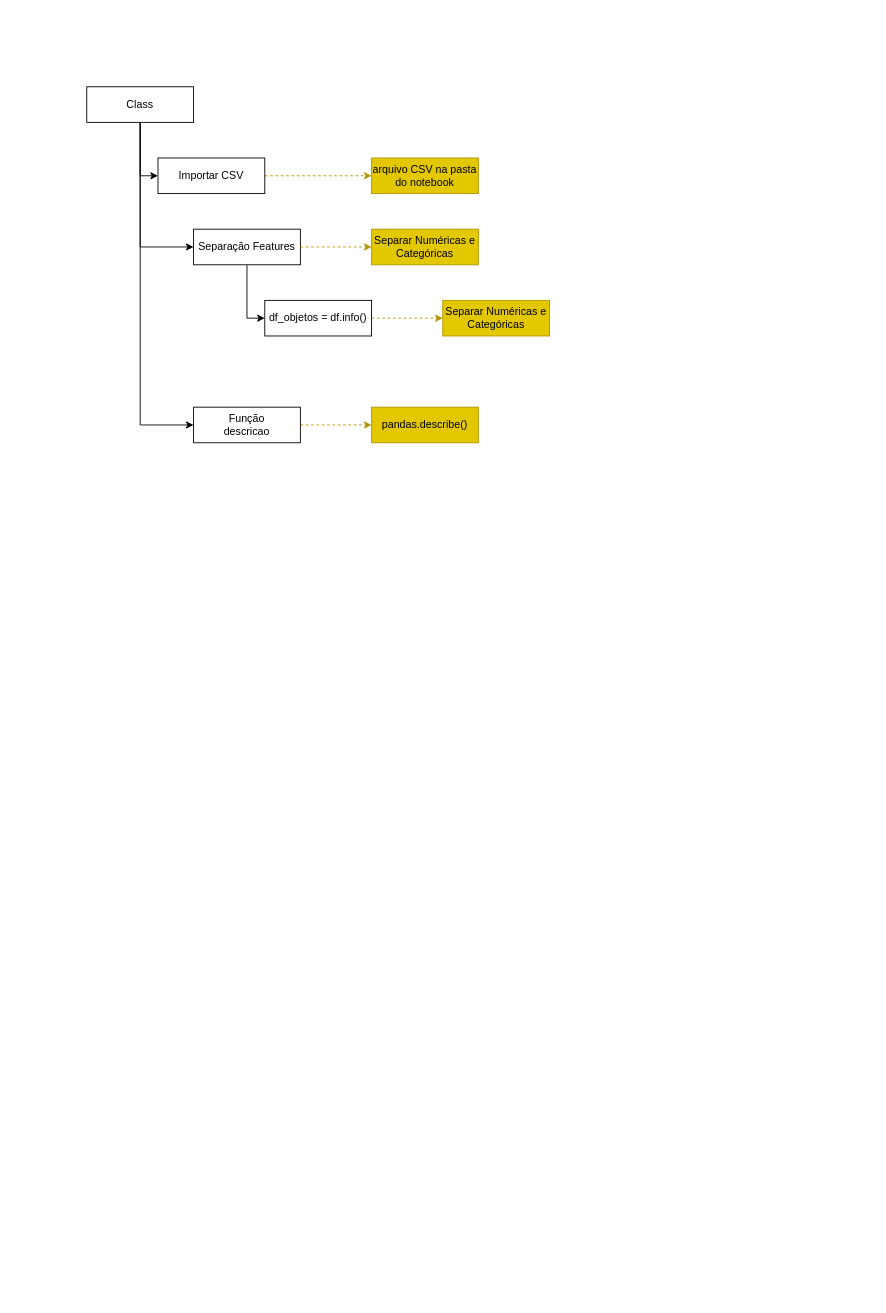
MarceloHenriques/Projeto_Data_Quality keeps this draw.io diagram as assets/Projeto_DataViz.drawio. Above is the earlier version. Source tidied: cells renumbered, new cells numbered last; positions are measured from the earlier drawing's top-left corner, leaving out a move shared by most shapes. Both pictures are drawn from the tidied source at 89%, with x=0, y=0 at pixel (86, 86).
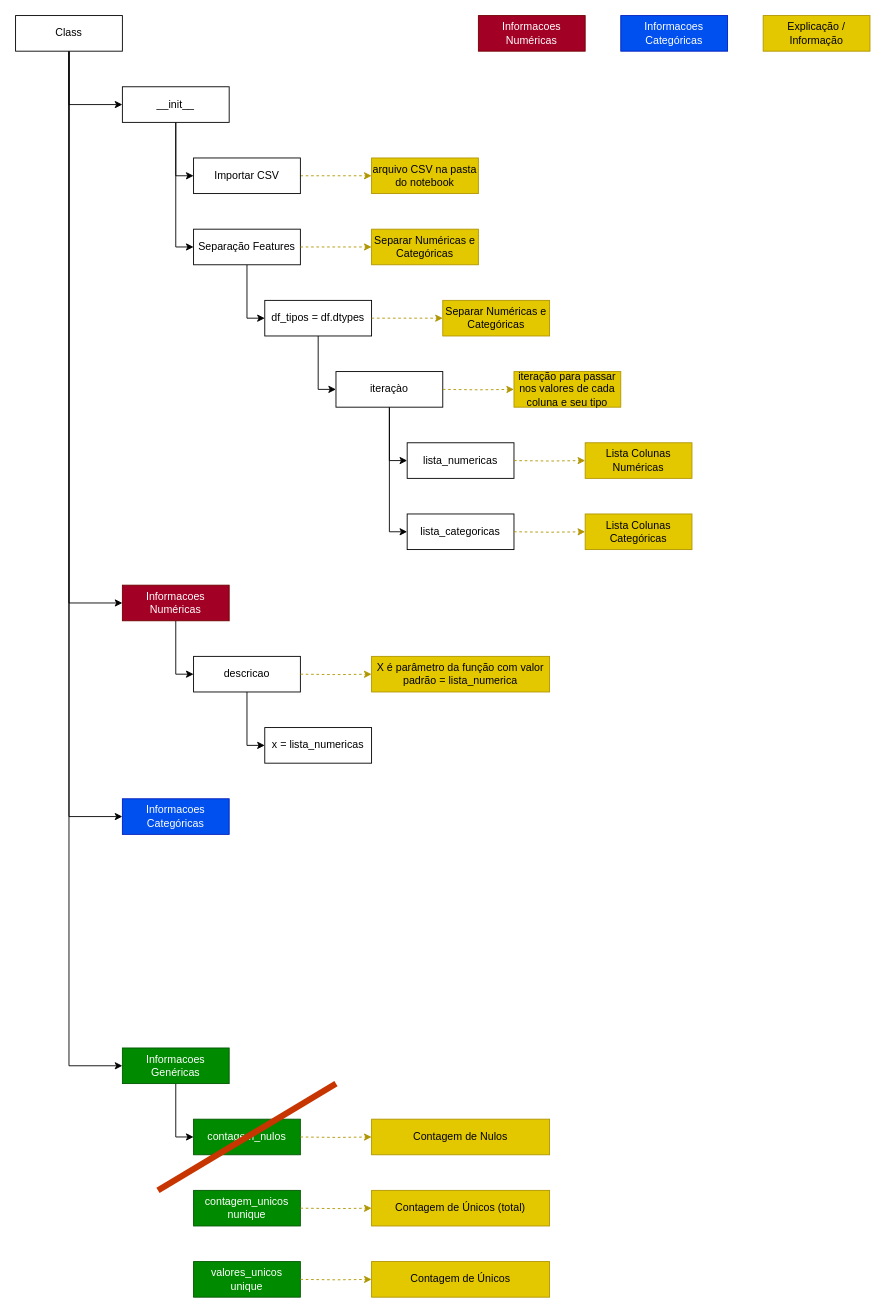
After the change.

Unchanged cells that the change refers to:
```xml
<mxCell id="10" value="Separação Features" style="rounded=0;whiteSpace=wrap;html=1;" parent="1" vertex="1">
  <mxGeometry x="120" y="160" width="120" height="40" as="geometry" />
</mxCell>
```

Diff of the diagram source:
```diff
@@
-    <mxCell id="2" style="edgeStyle=orthogonalEdgeStyle;rounded=0;jettySize=auto;html=1;entryX=0;entryY=0.5;entryDx=0;entryDy=0;" parent="1" edge="1" source="5" target="7">
-      <mxGeometry relative="1" as="geometry" />
-    </mxCell>
-    <mxCell id="3" style="edgeStyle=orthogonalEdgeStyle;rounded=0;jettySize=auto;html=1;entryX=0;entryY=0.5;entryDx=0;entryDy=0;" parent="1" edge="1" source="5" target="10">
-      <mxGeometry relative="1" as="geometry" />
-    </mxCell>
@@
+    <mxCell id="19" style="edgeStyle=orthogonalEdgeStyle;rounded=0;jettySize=auto;html=1;entryX=0;entryY=0.5;entryDx=0;entryDy=0;" parent="1" edge="1" source="5" target="35">
+      <mxGeometry relative="1" as="geometry" />
+    </mxCell>
+    <mxCell id="20" style="edgeStyle=orthogonalEdgeStyle;rounded=0;jettySize=auto;html=1;entryX=0;entryY=0.5;entryDx=0;entryDy=0;" parent="1" edge="1" source="5" target="37">
+      <mxGeometry relative="1" as="geometry" />
+    </mxCell>
+    <mxCell id="21" style="edgeStyle=orthogonalEdgeStyle;rounded=0;jettySize=auto;html=1;entryX=0;entryY=0.5;entryDx=0;entryDy=0;" parent="1" edge="1" source="5" target="45">
+      <mxGeometry relative="1" as="geometry" />
+    </mxCell>
     <mxCell id="5" value="Class" style="rounded=0;whiteSpace=wrap;html=1;" parent="1" vertex="1">
-      <mxGeometry width="120" height="40" as="geometry" />
+      <mxGeometry x="-80" y="-80" width="120" height="40" as="geometry" />
     </mxCell>
@@
     <mxCell id="7" value="Importar CSV" style="rounded=0;whiteSpace=wrap;html=1;" parent="1" vertex="1">
-      <mxGeometry x="80" y="80" width="120" height="40" as="geometry" />
+      <mxGeometry x="120" y="80" width="120" height="40" as="geometry" />
     </mxCell>
@@
-    <mxCell id="13" style="edgeStyle=orthogonalEdgeStyle;rounded=0;jettySize=auto;html=1;entryX=0;entryY=0.5;entryDx=0;entryDy=0;fillColor=#e3c800;strokeColor=#B09500;dashed=1;" parent="1" edge="1" source="14" target="15">
-      <mxGeometry relative="1" as="geometry" />
-    </mxCell>
+    <mxCell id="22" style="edgeStyle=orthogonalEdgeStyle;rounded=0;jettySize=auto;html=1;entryX=0;entryY=0.5;entryDx=0;entryDy=0;" parent="1" edge="1" source="14" target="39">
+      <mxGeometry relative="1" as="geometry" />
+    </mxCell>
-    <mxCell id="14" value="Função&lt;div&gt;descricao&lt;/div&gt;" style="rounded=0;whiteSpace=wrap;html=1;" parent="1" vertex="1">
-      <mxGeometry x="120" y="360" width="120" height="40" as="geometry" />
+    <mxCell id="14" value="Informacoes Numéricas" style="rounded=0;whiteSpace=wrap;html=1;fillColor=#a20025;fontColor=#ffffff;strokeColor=#6F0000;" parent="1" vertex="1">
+      <mxGeometry x="40" y="560" width="120" height="40" as="geometry" />
     </mxCell>
-    <mxCell id="15" value="pandas.describe()" style="rounded=0;whiteSpace=wrap;html=1;fillColor=#e3c800;fontColor=#000000;strokeColor=#B09500;" parent="1" vertex="1">
-      <mxGeometry x="320" y="360" width="120" height="40" as="geometry" />
-    </mxCell>
+    <mxCell id="23" style="edgeStyle=orthogonalEdgeStyle;rounded=0;jettySize=auto;html=1;entryX=0;entryY=0.5;entryDx=0;entryDy=0;" parent="1" edge="1" source="16" target="28">
+      <mxGeometry relative="1" as="geometry" />
+    </mxCell>
-    <mxCell id="16" value="df_objetos = df.info()" style="rounded=0;whiteSpace=wrap;html=1;" parent="1" vertex="1">
+    <mxCell id="16" value="df_tipos = df.dtypes" style="rounded=0;whiteSpace=wrap;html=1;" parent="1" vertex="1">
       <mxGeometry x="200" y="240" width="120" height="40" as="geometry" />
     </mxCell>
@@
+    <mxCell id="24" value="lista_numericas" style="rounded=0;whiteSpace=wrap;html=1;" parent="1" vertex="1">
+      <mxGeometry x="360" y="400" width="120" height="40" as="geometry" />
+    </mxCell>
+    <mxCell id="25" value="lista_categoricas" style="rounded=0;whiteSpace=wrap;html=1;" parent="1" vertex="1">
+      <mxGeometry x="360" y="480" width="120" height="40" as="geometry" />
+    </mxCell>
+    <mxCell id="26" style="edgeStyle=orthogonalEdgeStyle;rounded=0;jettySize=auto;html=1;entryX=0;entryY=0.5;entryDx=0;entryDy=0;" parent="1" edge="1" source="28" target="24">
+      <mxGeometry relative="1" as="geometry" />
+    </mxCell>
+    <mxCell id="27" style="edgeStyle=orthogonalEdgeStyle;rounded=0;jettySize=auto;html=1;entryX=0;entryY=0.5;entryDx=0;entryDy=0;" parent="1" edge="1" source="28" target="25">
+      <mxGeometry relative="1" as="geometry" />
+    </mxCell>
+    <mxCell id="28" value="iteraçào" style="rounded=0;whiteSpace=wrap;html=1;" parent="1" vertex="1">
+      <mxGeometry x="280" y="320" width="120" height="40" as="geometry" />
+    </mxCell>
+    <mxCell id="29" value="iteração para passar nos valores de cada coluna e seu tipo" style="rounded=0;whiteSpace=wrap;html=1;fillColor=#e3c800;fontColor=#000000;strokeColor=#B09500;" parent="1" vertex="1">
+      <mxGeometry x="480" y="320" width="120" height="40" as="geometry" />
+    </mxCell>
+    <mxCell id="30" style="edgeStyle=orthogonalEdgeStyle;rounded=0;jettySize=auto;html=1;dashed=1;fillColor=#e3c800;strokeColor=#B09500;entryX=0;entryY=0.5;entryDx=0;entryDy=0;exitX=1;exitY=0.5;exitDx=0;exitDy=0;" parent="1" edge="1" target="29">
+      <mxGeometry relative="1" as="geometry">
+        <mxPoint x="400" y="340" as="sourcePoint" />
+      </mxGeometry>
+    </mxCell>
+    <mxCell id="31" value="Lista Colunas Numéricas" style="rounded=0;whiteSpace=wrap;html=1;fillColor=#e3c800;fontColor=#000000;strokeColor=#B09500;" parent="1" vertex="1">
+      <mxGeometry x="560" y="400" width="120" height="40" as="geometry" />
+    </mxCell>
+    <mxCell id="32" style="edgeStyle=orthogonalEdgeStyle;rounded=0;jettySize=auto;html=1;dashed=1;fillColor=#e3c800;strokeColor=#B09500;entryX=0;entryY=0.5;entryDx=0;entryDy=0;exitX=1;exitY=0.5;exitDx=0;exitDy=0;" parent="1" edge="1" target="31">
+      <mxGeometry relative="1" as="geometry">
+        <mxPoint x="480" y="420" as="sourcePoint" />
+      </mxGeometry>
+    </mxCell>
+    <mxCell id="33" value="Lista Colunas Categóricas" style="rounded=0;whiteSpace=wrap;html=1;fillColor=#e3c800;fontColor=#000000;strokeColor=#B09500;" parent="1" vertex="1">
+      <mxGeometry x="560" y="480" width="120" height="40" as="geometry" />
+    </mxCell>
+    <mxCell id="34" style="edgeStyle=orthogonalEdgeStyle;rounded=0;jettySize=auto;html=1;dashed=1;fillColor=#e3c800;strokeColor=#B09500;entryX=0;entryY=0.5;entryDx=0;entryDy=0;exitX=1;exitY=0.5;exitDx=0;exitDy=0;" parent="1" edge="1" target="33">
+      <mxGeometry relative="1" as="geometry">
+        <mxPoint x="480" y="500" as="sourcePoint" />
+      </mxGeometry>
+    </mxCell>
+    <mxCell id="35" value="Informacoes Categóricas" style="rounded=0;whiteSpace=wrap;html=1;fillColor=#0050ef;fontColor=#ffffff;strokeColor=#001DBC;" parent="1" vertex="1">
+      <mxGeometry x="40" y="800" width="120" height="40" as="geometry" />
+    </mxCell>
+    <mxCell id="36" style="edgeStyle=orthogonalEdgeStyle;rounded=0;jettySize=auto;html=1;entryX=0;entryY=0.5;entryDx=0;entryDy=0;" parent="1" edge="1" source="37" target="49">
+      <mxGeometry relative="1" as="geometry" />
+    </mxCell>
+    <mxCell id="37" value="Informacoes Genéricas" style="rounded=0;whiteSpace=wrap;html=1;fillColor=#008a00;fontColor=#ffffff;strokeColor=#005700;" parent="1" vertex="1">
+      <mxGeometry x="40" y="1080" width="120" height="40" as="geometry" />
+    </mxCell>
+    <mxCell id="38" style="edgeStyle=orthogonalEdgeStyle;rounded=0;jettySize=auto;html=1;entryX=0;entryY=0.5;entryDx=0;entryDy=0;" parent="1" edge="1" source="39" target="40">
+      <mxGeometry relative="1" as="geometry" />
+    </mxCell>
+    <mxCell id="39" value="descricao" style="rounded=0;whiteSpace=wrap;html=1;" parent="1" vertex="1">
+      <mxGeometry x="120" y="640" width="120" height="40" as="geometry" />
+    </mxCell>
+    <mxCell id="40" value="x = lista_numericas" style="rounded=0;whiteSpace=wrap;html=1;" parent="1" vertex="1">
+      <mxGeometry x="200" y="720" width="120" height="40" as="geometry" />
+    </mxCell>
+    <mxCell id="41" value="X é parâmetro da função com valor padrão = lista_numerica" style="rounded=0;whiteSpace=wrap;html=1;fillColor=#e3c800;fontColor=#000000;strokeColor=#B09500;" parent="1" vertex="1">
+      <mxGeometry x="320" y="640" width="200" height="40" as="geometry" />
+    </mxCell>
+    <mxCell id="42" style="edgeStyle=orthogonalEdgeStyle;rounded=0;jettySize=auto;html=1;dashed=1;fillColor=#e3c800;strokeColor=#B09500;entryX=0;entryY=0.5;entryDx=0;entryDy=0;exitX=1;exitY=0.5;exitDx=0;exitDy=0;" parent="1" edge="1" target="41">
+      <mxGeometry relative="1" as="geometry">
+        <mxPoint x="240" y="660" as="sourcePoint" />
+      </mxGeometry>
+    </mxCell>
+    <mxCell id="43" style="edgeStyle=orthogonalEdgeStyle;rounded=0;jettySize=auto;html=1;entryX=0;entryY=0.5;entryDx=0;entryDy=0;" parent="1" edge="1" source="45" target="7">
+      <mxGeometry relative="1" as="geometry" />
+    </mxCell>
+    <mxCell id="44" style="edgeStyle=orthogonalEdgeStyle;rounded=0;jettySize=auto;html=1;entryX=0;entryY=0.5;entryDx=0;entryDy=0;" parent="1" edge="1" source="45" target="10">
+      <mxGeometry relative="1" as="geometry" />
+    </mxCell>
+    <mxCell id="45" value="__init__" style="rounded=0;whiteSpace=wrap;html=1;" parent="1" vertex="1">
+      <mxGeometry x="40" width="120" height="40" as="geometry" />
+    </mxCell>
+    <mxCell id="46" value="Informacoes Numéricas" style="rounded=0;whiteSpace=wrap;html=1;fillColor=#a20025;fontColor=#ffffff;strokeColor=#6F0000;" parent="1" vertex="1">
+      <mxGeometry x="440" y="-80" width="120" height="40" as="geometry" />
+    </mxCell>
+    <mxCell id="47" value="Informacoes Categóricas" style="rounded=0;whiteSpace=wrap;html=1;fillColor=#0050ef;fontColor=#ffffff;strokeColor=#001DBC;" parent="1" vertex="1">
+      <mxGeometry x="600" y="-80" width="120" height="40" as="geometry" />
+    </mxCell>
+    <mxCell id="48" value="Explicação / Informação" style="rounded=0;whiteSpace=wrap;html=1;fillColor=#e3c800;fontColor=#000000;strokeColor=#B09500;" parent="1" vertex="1">
+      <mxGeometry x="760" y="-80" width="120" height="40" as="geometry" />
+    </mxCell>
+    <mxCell id="49" value="contagem_nulos" style="rounded=0;whiteSpace=wrap;html=1;fillColor=#008a00;fontColor=#ffffff;strokeColor=#005700;" parent="1" vertex="1">
+      <mxGeometry x="120" y="1160" width="120" height="40" as="geometry" />
+    </mxCell>
+    <mxCell id="50" style="endArrow=none;html=1;rounded=0;strokeWidth=7;fillColor=#fa6800;strokeColor=#C73500;" parent="1" edge="1">
+      <mxGeometry relative="1" as="geometry">
+        <mxPoint x="80" y="1240" as="sourcePoint" />
+        <mxPoint x="280" y="1120" as="targetPoint" />
+      </mxGeometry>
+    </mxCell>
+    <mxCell id="51" value="Contagem de Nulos" style="rounded=0;whiteSpace=wrap;html=1;fillColor=#e3c800;fontColor=#000000;strokeColor=#B09500;" parent="1" vertex="1">
+      <mxGeometry x="320" y="1160" width="200" height="40" as="geometry" />
+    </mxCell>
+    <mxCell id="52" style="edgeStyle=orthogonalEdgeStyle;rounded=0;jettySize=auto;html=1;dashed=1;fillColor=#e3c800;strokeColor=#B09500;entryX=0;entryY=0.5;entryDx=0;entryDy=0;exitX=1;exitY=0.5;exitDx=0;exitDy=0;" parent="1" edge="1" target="51">
+      <mxGeometry relative="1" as="geometry">
+        <mxPoint x="240" y="1180" as="sourcePoint" />
+      </mxGeometry>
+    </mxCell>
+    <mxCell id="53" value="contagem_unicos&lt;div&gt;nunique&lt;/div&gt;" style="rounded=0;whiteSpace=wrap;html=1;fillColor=#008a00;fontColor=#ffffff;strokeColor=#005700;" parent="1" vertex="1">
+      <mxGeometry x="120" y="1240" width="120" height="40" as="geometry" />
+    </mxCell>
+    <mxCell id="54" value="Contagem de Únicos (total)" style="rounded=0;whiteSpace=wrap;html=1;fillColor=#e3c800;fontColor=#000000;strokeColor=#B09500;" parent="1" vertex="1">
+      <mxGeometry x="320" y="1240" width="200" height="40" as="geometry" />
+    </mxCell>
+    <mxCell id="55" style="edgeStyle=orthogonalEdgeStyle;rounded=0;jettySize=auto;html=1;dashed=1;fillColor=#e3c800;strokeColor=#B09500;entryX=0;entryY=0.5;entryDx=0;entryDy=0;exitX=1;exitY=0.5;exitDx=0;exitDy=0;" parent="1" edge="1" target="54">
+      <mxGeometry relative="1" as="geometry">
+        <mxPoint x="240" y="1260" as="sourcePoint" />
+      </mxGeometry>
+    </mxCell>
+    <mxCell id="56" value="valores_unicos&lt;div&gt;unique&lt;/div&gt;" style="rounded=0;whiteSpace=wrap;html=1;fillColor=#008a00;fontColor=#ffffff;strokeColor=#005700;" parent="1" vertex="1">
+      <mxGeometry x="120" y="1320" width="120" height="40" as="geometry" />
+    </mxCell>
+    <mxCell id="57" value="Contagem de Únicos" style="rounded=0;whiteSpace=wrap;html=1;fillColor=#e3c800;fontColor=#000000;strokeColor=#B09500;" parent="1" vertex="1">
+      <mxGeometry x="320" y="1320" width="200" height="40" as="geometry" />
+    </mxCell>
+    <mxCell id="58" style="edgeStyle=orthogonalEdgeStyle;rounded=0;jettySize=auto;html=1;dashed=1;fillColor=#e3c800;strokeColor=#B09500;entryX=0;entryY=0.5;entryDx=0;entryDy=0;exitX=1;exitY=0.5;exitDx=0;exitDy=0;" parent="1" edge="1" target="57">
+      <mxGeometry relative="1" as="geometry">
+        <mxPoint x="240" y="1340" as="sourcePoint" />
+      </mxGeometry>
+    </mxCell>
```
